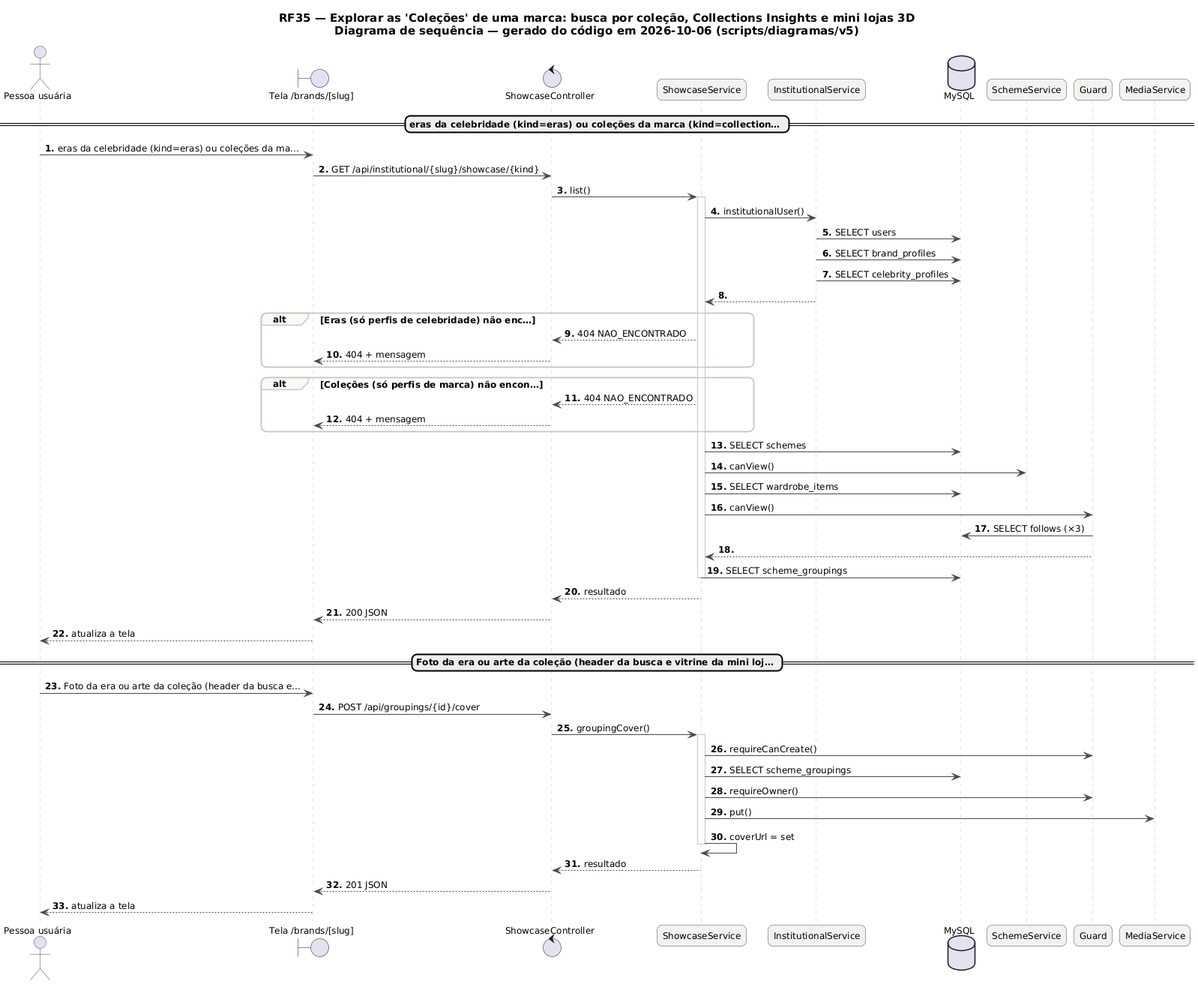
Earlier version of the PlantUML export docs/diagramas/RF35/RF35_Sequencia.png (MatheusHaliski/tcc-2026-fashion-ai-backend). Its diagram source:
```plantuml
@startuml RF35_Sequencia
skinparam backgroundColor #FFFFFF
skinparam shadowing false
skinparam defaultFontName "DejaVu Sans"
skinparam defaultFontSize 12
skinparam titleFontSize 15
skinparam roundcorner 14
skinparam ArrowColor #52606D
skinparam note {
  BackgroundColor #FFFDEB
  BorderColor #D8CE78
  FontColor #554F24
}
skinparam sequence {
  ArrowColor #4A4852
  LifeLineBorderColor #CBC6BE
  ParticipantBackgroundColor #F4F2EF
  ParticipantBorderColor #4A4852
  ActorBorderColor #4A4852
  GroupBorderColor #CBC6BE
  GroupBackgroundColor #FAF8F5
}
autonumber "<b>0."
title RF35 — Explorar as 'Coleções' de uma marca: busca por coleção, Collections Insights e mini lojas 3D\nDiagrama de sequência — gerado do código em 2026-10-06 (scripts/diagramas/v5)

actor "Pessoa usuária" as U
boundary "Tela /brands/[slug]" as P
control "ShowcaseController" as ShowcaseController
participant "ShowcaseService" as ShowcaseService
participant "InstitutionalService" as InstitutionalService
database "MySQL" as DB_MySQL
participant "SchemeService" as SchemeService
participant "Guard" as Guard
participant "MediaService" as MediaService
== eras da celebridade (kind=eras) ou coleções da marca (kind=collection… ==
U -> P : eras da celebridade (kind=eras) ou coleções da ma…
P -> ShowcaseController : GET /api/institutional/{slug}/showcase/{kind}
ShowcaseController -> ShowcaseService : list()
activate ShowcaseService
ShowcaseService -> InstitutionalService : institutionalUser()
InstitutionalService -> DB_MySQL : SELECT users
InstitutionalService -> DB_MySQL : SELECT brand_profiles
InstitutionalService -> DB_MySQL : SELECT celebrity_profiles
InstitutionalService --> ShowcaseService
alt Eras (só perfis de celebridade) não enc…
ShowcaseService --> ShowcaseController : 404 NAO_ENCONTRADO
ShowcaseController --> P : 404 + mensagem
end
alt Coleções (só perfis de marca) não encon…
ShowcaseService --> ShowcaseController : 404 NAO_ENCONTRADO
ShowcaseController --> P : 404 + mensagem
end
ShowcaseService -> DB_MySQL : SELECT schemes
ShowcaseService -> SchemeService : canView()
ShowcaseService -> DB_MySQL : SELECT wardrobe_items
ShowcaseService -> Guard : canView()
Guard -> DB_MySQL : SELECT follows (×3)
Guard --> ShowcaseService
ShowcaseService -> DB_MySQL : SELECT scheme_groupings
deactivate ShowcaseService
ShowcaseService --> ShowcaseController : resultado
ShowcaseController --> P : 200 JSON
P --> U : atualiza a tela
== Foto da era ou arte da coleção (header da busca e vitrine da mini loj… ==
U -> P : Foto da era ou arte da coleção (header da busca e…
P -> ShowcaseController : POST /api/groupings/{id}/cover
ShowcaseController -> ShowcaseService : groupingCover()
activate ShowcaseService
ShowcaseService -> Guard : requireCanCreate()
ShowcaseService -> DB_MySQL : SELECT scheme_groupings
ShowcaseService -> Guard : requireOwner()
ShowcaseService -> MediaService : put()
ShowcaseService -> ShowcaseService : coverUrl = set
deactivate ShowcaseService
ShowcaseService --> ShowcaseController : resultado
ShowcaseController --> P : 201 JSON
P --> U : atualiza a tela
@enduml
```
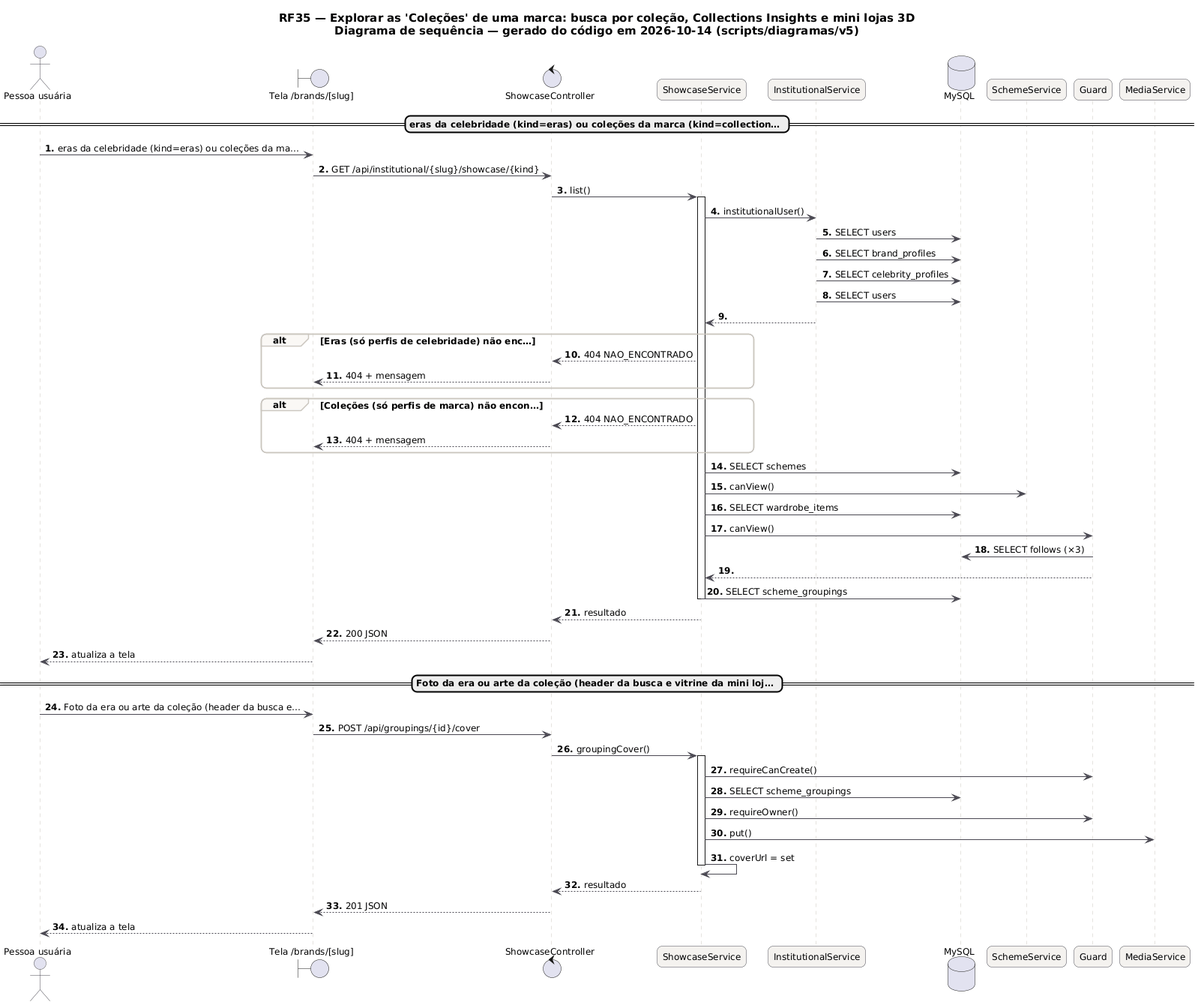
Later version of the same file.

The edit, as a diff of the source:
```diff
@@ -21,7 +21,7 @@
   GroupBackgroundColor #FAF8F5
 }
 autonumber "<b>0."
-title RF35 — Explorar as 'Coleções' de uma marca: busca por coleção, Collections Insights e mini lojas 3D\nDiagrama de sequência — gerado do código em 2026-10-06 (scripts/diagramas/v5)
+title RF35 — Explorar as 'Coleções' de uma marca: busca por coleção, Collections Insights e mini lojas 3D\nDiagrama de sequência — gerado do código em 2026-10-14 (scripts/diagramas/v5)
 
 actor "Pessoa usuária" as U
 boundary "Tela /brands/[slug]" as P
@@ -41,6 +41,7 @@
 InstitutionalService -> DB_MySQL : SELECT users
 InstitutionalService -> DB_MySQL : SELECT brand_profiles
 InstitutionalService -> DB_MySQL : SELECT celebrity_profiles
+InstitutionalService -> DB_MySQL : SELECT users
 InstitutionalService --> ShowcaseService
 alt Eras (só perfis de celebridade) não enc…
 ShowcaseService --> ShowcaseController : 404 NAO_ENCONTRADO
```
